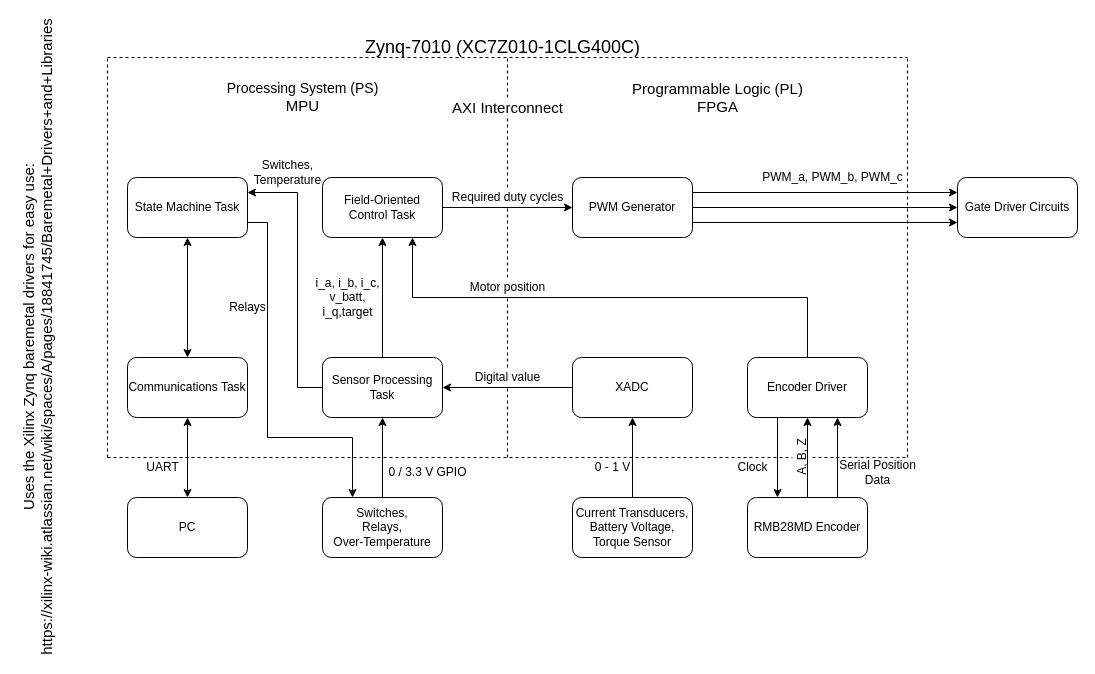
Earlier version of the draw.io diagram page "Software Overview" (2 of 5) of Overview/ElectricGoKart.drawio (SR-Madsen/ElectricGoKart). Source tidied: cells renumbered, new cells numbered last; positions are measured from the earlier drawing's top-left corner, leaving out a move shared by most shapes. Both pictures are drawn from the tidied source at 100%, with x=0, y=0 at pixel (-283, 37).
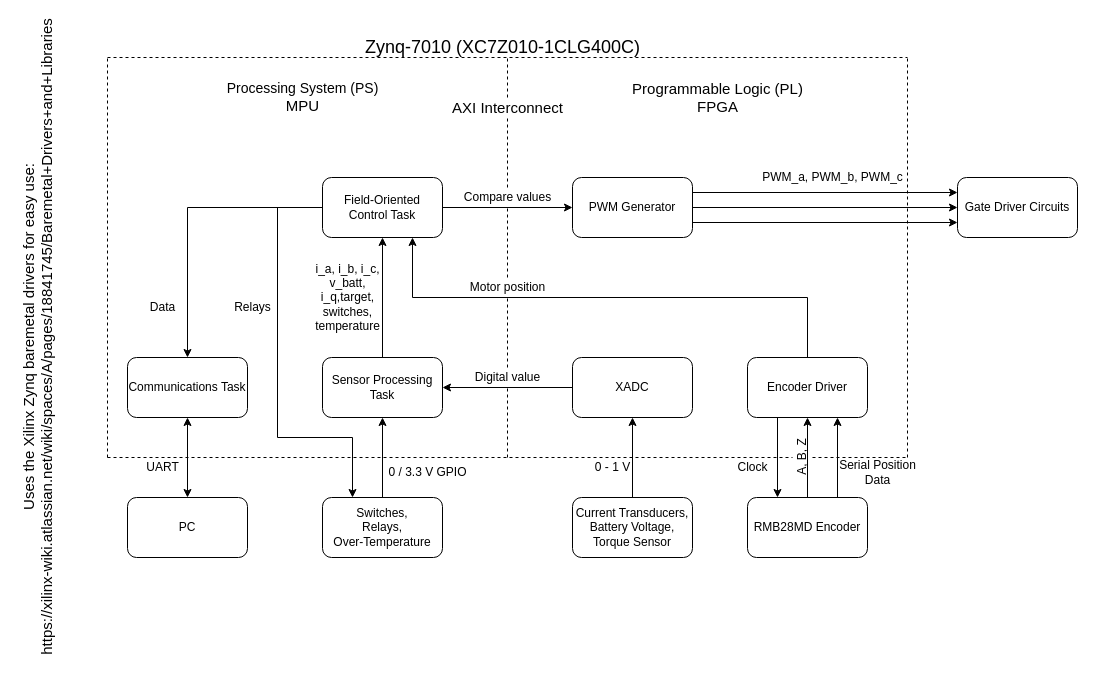
The same diagram, later.

Unchanged cells that the change refers to:
```xml
<mxCell id="6" value="Field-Oriented Control Task" style="rounded=1;whiteSpace=wrap;html=1;" parent="1" vertex="1">
  <mxGeometry x="605" y="140" width="120" height="60" as="geometry" />
</mxCell>
<mxCell id="14" value="&lt;div&gt;Sensor Processing&lt;/div&gt;&lt;div&gt;Task&lt;br&gt;&lt;/div&gt;" style="rounded=1;whiteSpace=wrap;html=1;" parent="1" vertex="1">
  <mxGeometry x="605" y="320" width="120" height="60" as="geometry" />
</mxCell>
<mxCell id="44" value="&lt;div&gt;Switches,&lt;/div&gt;&lt;div&gt;Relays,&lt;/div&gt;&lt;div&gt;Over-Temperature&lt;br&gt;&lt;/div&gt;" style="rounded=1;whiteSpace=wrap;html=1;fontSize=12;" parent="1" vertex="1">
  <mxGeometry x="605" y="460" width="120" height="60" as="geometry" />
</mxCell>
<mxCell id="51" value="Communications Task" style="rounded=1;whiteSpace=wrap;html=1;" parent="1" vertex="1">
  <mxGeometry x="410" y="320" width="120" height="60" as="geometry" />
</mxCell>
```

Change to the diagram source:
```diff
@@
+    <mxCell id="58" style="edgeStyle=orthogonalEdgeStyle;rounded=0;jettySize=auto;html=1;exitX=0;exitY=0.5;exitDx=0;exitDy=0;entryX=0.5;entryY=0;entryDx=0;entryDy=0;" parent="1" edge="1" source="6" target="51">
+      <mxGeometry relative="1" as="geometry" />
+    </mxCell>
@@
-    <mxCell id="7" style="edgeStyle=orthogonalEdgeStyle;rounded=0;jettySize=auto;html=1;exitX=0.5;exitY=1;exitDx=0;exitDy=0;entryX=0.5;entryY=0;entryDx=0;entryDy=0;fontSize=12;startArrow=classic;startFill=1;" parent="1" edge="1" source="9" target="51">
-      <mxGeometry relative="1" as="geometry" />
-    </mxCell>
-    <mxCell id="8" style="edgeStyle=orthogonalEdgeStyle;rounded=0;jettySize=auto;html=1;exitX=1;exitY=0.75;exitDx=0;exitDy=0;entryX=0.25;entryY=0;entryDx=0;entryDy=0;fontSize=12;" parent="1" edge="1" source="9" target="44">
+    <mxCell id="8" style="edgeStyle=orthogonalEdgeStyle;rounded=0;jettySize=auto;html=1;exitX=0;exitY=0.5;exitDx=0;exitDy=0;entryX=0.25;entryY=0;entryDx=0;entryDy=0;fontSize=12;" parent="1" edge="1" source="6" target="44">
       <mxGeometry relative="1" as="geometry">
         <Array as="points">
-          <mxPoint x="550" y="185" />
-          <mxPoint x="550" y="400" />
+          <mxPoint x="560" y="170" />
+          <mxPoint x="560" y="400" />
           <mxPoint x="635" y="400" />
         </Array>
       </mxGeometry>
     </mxCell>
-    <mxCell id="9" value="State Machine Task" style="rounded=1;whiteSpace=wrap;html=1;" parent="1" vertex="1">
-      <mxGeometry x="410" y="140" width="120" height="60" as="geometry" />
-    </mxCell>
@@
-    <mxCell id="13" style="edgeStyle=orthogonalEdgeStyle;rounded=0;jettySize=auto;html=1;exitX=0;exitY=0.5;exitDx=0;exitDy=0;entryX=1;entryY=0.25;entryDx=0;entryDy=0;fontSize=12;" parent="1" edge="1" source="14" target="9">
-      <mxGeometry relative="1" as="geometry">
-        <Array as="points">
-          <mxPoint x="580" y="350" />
-          <mxPoint x="580" y="155" />
-        </Array>
-      </mxGeometry>
-    </mxCell>
@@
-    <mxCell id="39" value="&lt;div&gt;Switches,&lt;/div&gt;&lt;div&gt;Temperature&lt;br&gt;&lt;/div&gt;" style="text;html=1;align=center;verticalAlign=middle;" parent="1" vertex="1">
-      <mxGeometry x="530" y="120" width="80" height="30" as="geometry" />
-    </mxCell>
-    <mxCell id="40" value="&lt;div&gt;i_a, i_b, i_c,&lt;/div&gt;&lt;div&gt;v_batt,&lt;/div&gt;&lt;div&gt;i_q,target&lt;/div&gt;" style="text;html=1;align=center;verticalAlign=middle;" parent="1" vertex="1">
-      <mxGeometry x="590" y="235" width="80" height="50" as="geometry" />
+    <mxCell id="40" value="&lt;div&gt;i_a, i_b, i_c,&lt;/div&gt;&lt;div&gt;v_batt,&lt;/div&gt;&lt;div&gt;i_q,target,&lt;/div&gt;&lt;div&gt;switches,&lt;/div&gt;&lt;div&gt;temperature&lt;br&gt;&lt;/div&gt;" style="text;html=1;align=center;verticalAlign=middle;" parent="1" vertex="1">
+      <mxGeometry x="590" y="220" width="80" height="80" as="geometry" />
     </mxCell>
@@
     <mxCell id="52" value="Relays" style="text;html=1;align=center;verticalAlign=middle;fontSize=12;" parent="1" vertex="1">
-      <mxGeometry x="505" y="260" width="50" height="20" as="geometry" />
+      <mxGeometry x="510" y="260" width="50" height="20" as="geometry" />
     </mxCell>
@@
-    <mxCell id="56" value="Required duty cycles" style="text;html=1;align=center;verticalAlign=middle;points=[];" parent="1" vertex="1">
-      <mxGeometry x="725" y="150" width="130" height="20" as="geometry" />
+    <mxCell id="56" value="Compare values" style="text;html=1;align=center;verticalAlign=middle;points=[];" parent="1" vertex="1">
+      <mxGeometry x="740" y="150" width="100" height="20" as="geometry" />
     </mxCell>
@@
+    <mxCell id="59" value="Data" style="text;html=1;align=center;verticalAlign=middle;fontSize=12;" parent="1" vertex="1">
+      <mxGeometry x="425" y="260" width="40" height="20" as="geometry" />
+    </mxCell>
```
